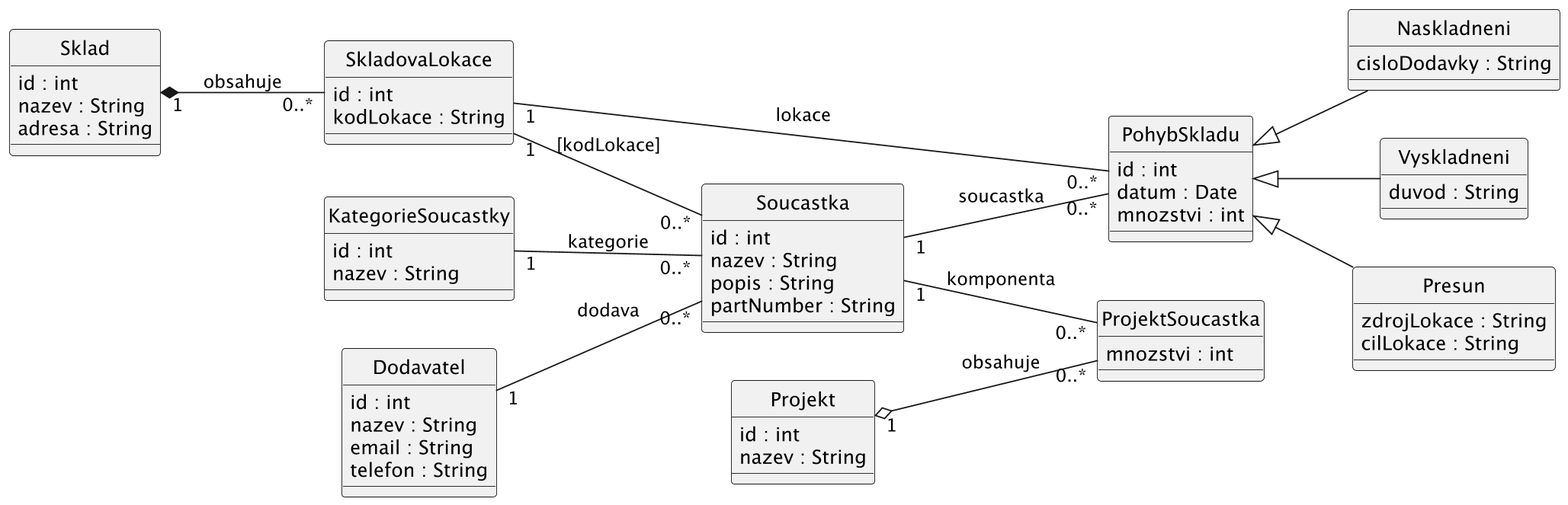
This is docs/images/02a_conceptual_model.png from lkvapil/wms-elektronicke-soucastky, a PlantUML export, as it was before one commit.
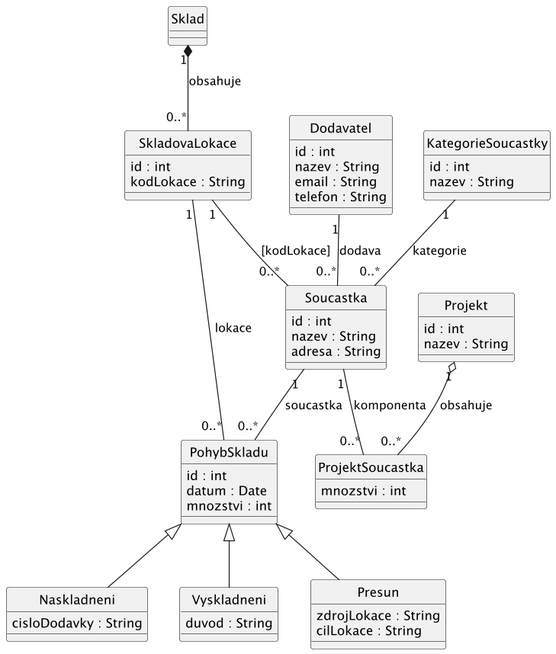
The same diagram one commit later.

Commit message:
feat: scale 1.2, top to bottom, upraven poradi trid

What changed in the source:
```diff
@@ -1,14 +1,7 @@
 @startuml
-scale 1.8
-left to right direction
+scale 1.2
+top to bottom direction
 hide circle
-
-class Soucastka {
-  id : int
-  nazev : String
-  popis : String
-  partNumber : String
-}
 
 class KategorieSoucastky {
   id : int
@@ -22,7 +15,7 @@
   telefon : String
 }
 
-class Sklad {
+class Soucastka {
   id : int
   nazev : String
   adresa : String
@@ -61,6 +54,7 @@
   mnozstvi : int
 }
 
+
 KategorieSoucastky "1" -- "0..*" Soucastka : kategorie
 Dodavatel "1" -- "0..*" Soucastka : dodava
 
```
